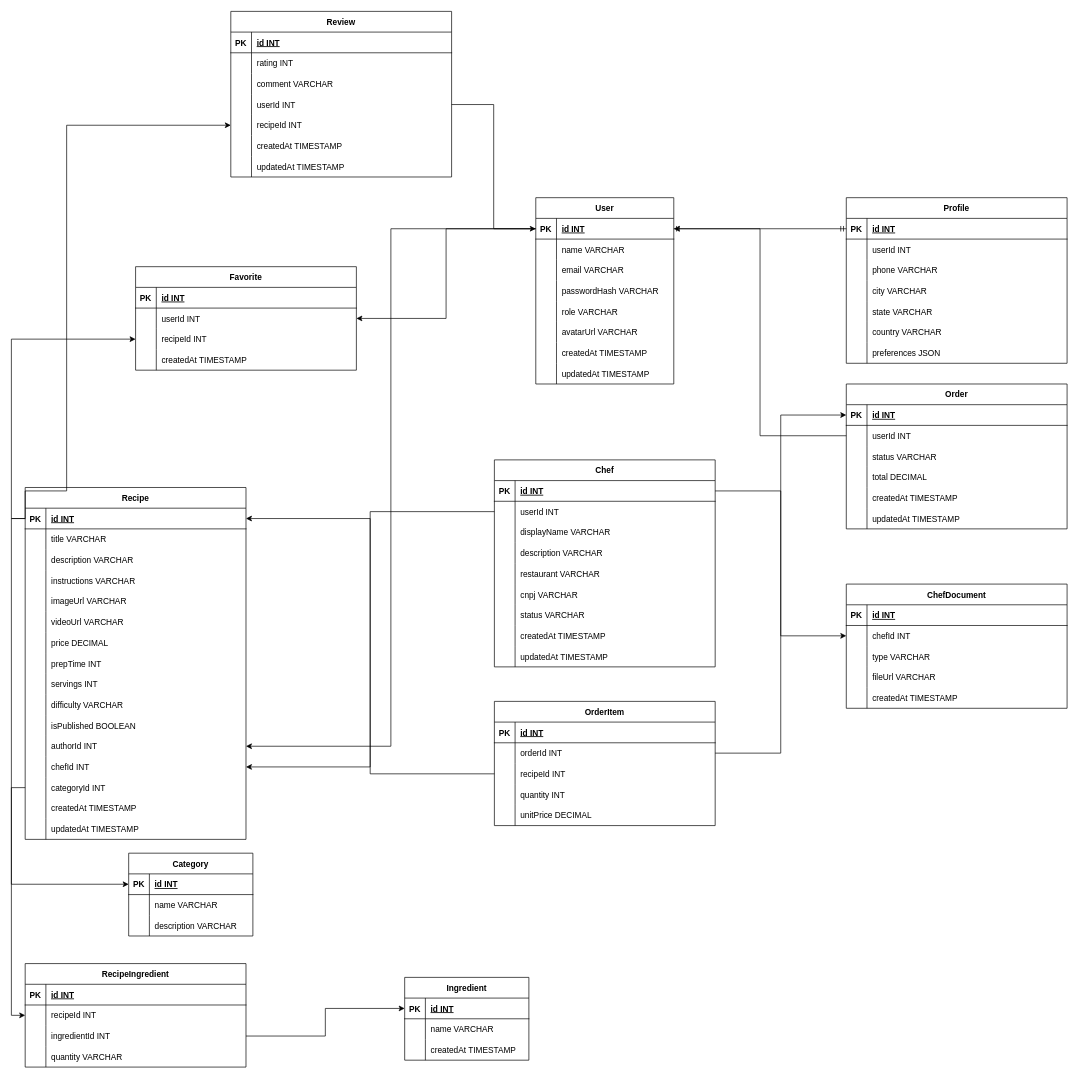
Before: Documentacao/Diagrama_Entidade-Relacionamento.drawio in VyttorRamos/GastroMatch, a draw.io diagram. Source tidied: cells renumbered, new cells numbered last; positions are measured from the earlier drawing's top-left corner, leaving out a move shared by most shapes. Both pictures are drawn from the tidied source at 69%, with x=0, y=0 at pixel (25, 11).
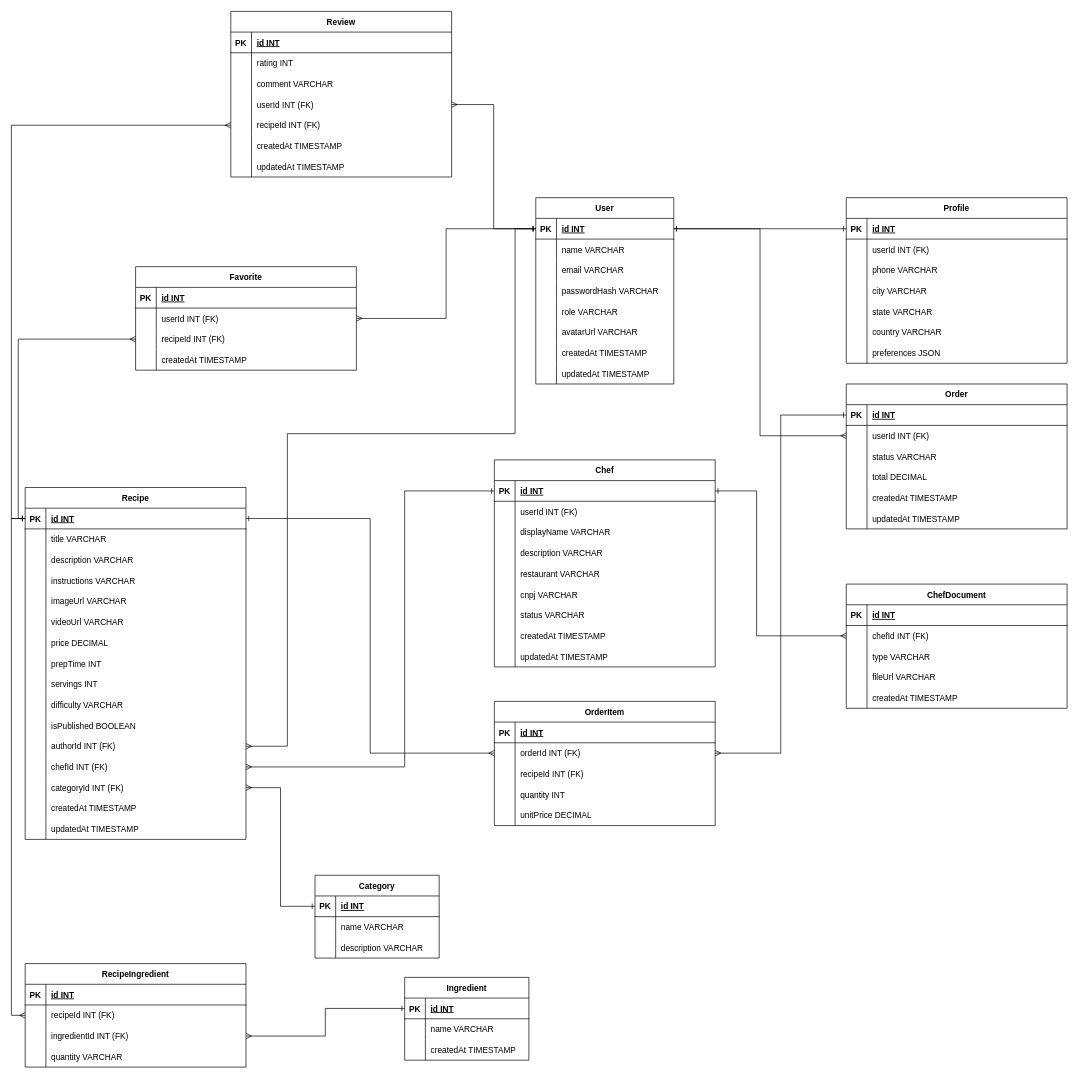
The same diagram, later.

Commit message:
Ajustes dos relacionamentos no diagrama

The change refers to these unchanged cells:
```xml
<mxCell id="3" style="shape=tableRow;horizontal=0;startSize=0;swimlaneHead=0;swimlaneBody=0;fillColor=none;points=[[0,0.5],[1,0.5]];portConstraint=eastwest;strokeColor=inherit;top=0;left=0;right=0;bottom=1;" parent="2" vertex="1">
  <mxGeometry y="30" width="200" height="30" as="geometry" />
</mxCell>
<mxCell id="28" style="shape=tableRow;horizontal=0;startSize=0;swimlaneHead=0;swimlaneBody=0;fillColor=none;points=[[0,0.5],[1,0.5]];portConstraint=eastwest;strokeColor=inherit;top=0;left=0;right=0;bottom=1;" parent="27" vertex="1">
  <mxGeometry y="30" width="320" height="30" as="geometry" />
</mxCell>
<mxCell id="31" style="shape=tableRow;horizontal=0;startSize=0;swimlaneHead=0;swimlaneBody=0;fillColor=none;strokeColor=inherit;top=0;left=0;right=0;bottom=0;" parent="27" vertex="1">
  <mxGeometry y="60" width="320" height="30" as="geometry" />
</mxCell>
<mxCell id="50" style="shape=tableRow;horizontal=0;startSize=0;swimlaneHead=0;swimlaneBody=0;fillColor=none;points=[[0,0.5],[1,0.5]];portConstraint=eastwest;strokeColor=inherit;top=0;left=0;right=0;bottom=1;" parent="49" vertex="1">
  <mxGeometry y="30" width="320" height="30" as="geometry" />
</mxCell>
<mxCell id="53" style="shape=tableRow;horizontal=0;startSize=0;swimlaneHead=0;swimlaneBody=0;fillColor=none;points=[[0,0.5],[1,0.5]];portConstraint=eastwest;strokeColor=inherit;top=0;left=0;right=0;bottom=0;" parent="49" vertex="1">
  <mxGeometry y="60" width="320" height="30" as="geometry" />
</mxCell>
<mxCell id="81" style="shape=tableRow;horizontal=0;startSize=0;swimlaneHead=0;swimlaneBody=0;fillColor=none;points=[[0,0.5],[1,0.5]];portConstraint=eastwest;strokeColor=inherit;top=0;left=0;right=0;bottom=0;" parent="77" vertex="1">
  <mxGeometry y="60" width="320" height="30" as="geometry" />
</mxCell>
<mxCell id="94" style="shape=tableRow;horizontal=0;startSize=0;swimlaneHead=0;swimlaneBody=0;fillColor=none;points=[[0,0.5],[1,0.5]];portConstraint=eastwest;strokeColor=inherit;top=0;left=0;right=0;bottom=1;" parent="93" vertex="1">
  <mxGeometry y="30" width="180" height="30" as="geometry" />
</mxCell>
<mxCell id="104" style="shape=tableRow;horizontal=0;startSize=0;swimlaneHead=0;swimlaneBody=0;fillColor=none;points=[[0,0.5],[1,0.5]];portConstraint=eastwest;strokeColor=inherit;top=0;left=0;right=0;bottom=1;" parent="103" vertex="1">
  <mxGeometry y="30" width="320" height="30" as="geometry" />
</mxCell>
<mxCell id="137" style="shape=tableRow;horizontal=0;startSize=0;swimlaneHead=0;swimlaneBody=0;fillColor=none;points=[[0,0.5],[1,0.5]];portConstraint=eastwest;strokeColor=inherit;top=0;left=0;right=0;bottom=0;" parent="103" vertex="1">
  <mxGeometry y="360" width="320" height="30" as="geometry" />
</mxCell>
<mxCell id="140" style="shape=tableRow;horizontal=0;startSize=0;swimlaneHead=0;swimlaneBody=0;fillColor=none;points=[[0,0.5],[1,0.5]];portConstraint=eastwest;strokeColor=inherit;top=0;left=0;right=0;bottom=0;" parent="103" vertex="1">
  <mxGeometry y="390" width="320" height="30" as="geometry" />
</mxCell>
<mxCell id="143" style="shape=tableRow;horizontal=0;startSize=0;swimlaneHead=0;swimlaneBody=0;fillColor=none;points=[[0,0.5],[1,0.5]];portConstraint=eastwest;strokeColor=inherit;top=0;left=0;right=0;bottom=0;" parent="103" vertex="1">
  <mxGeometry y="420" width="320" height="30" as="geometry" />
</mxCell>
<mxCell id="153" style="shape=tableRow;horizontal=0;startSize=0;swimlaneHead=0;swimlaneBody=0;fillColor=none;points=[[0,0.5],[1,0.5]];portConstraint=eastwest;strokeColor=inherit;top=0;left=0;right=0;bottom=1;" parent="152" vertex="1">
  <mxGeometry y="30" width="180" height="30" as="geometry" />
</mxCell>
<mxCell id="166" style="shape=tableRow;horizontal=0;startSize=0;swimlaneHead=0;swimlaneBody=0;fillColor=none;points=[[0,0.5],[1,0.5]];portConstraint=eastwest;strokeColor=inherit;top=0;left=0;right=0;bottom=0;" parent="162" vertex="1">
  <mxGeometry y="60" width="320" height="30" as="geometry" />
</mxCell>
<mxCell id="169" style="shape=tableRow;horizontal=0;startSize=0;swimlaneHead=0;swimlaneBody=0;fillColor=none;points=[[0,0.5],[1,0.5]];portConstraint=eastwest;strokeColor=inherit;top=0;left=0;right=0;bottom=0;" parent="162" vertex="1">
  <mxGeometry y="90" width="320" height="30" as="geometry" />
</mxCell>
<mxCell id="185" style="shape=tableRow;horizontal=0;startSize=0;swimlaneHead=0;swimlaneBody=0;fillColor=none;points=[[0,0.5],[1,0.5]];portConstraint=eastwest;strokeColor=inherit;top=0;left=0;right=0;bottom=0;" parent="175" vertex="1">
  <mxGeometry y="120" width="320" height="30" as="geometry" />
</mxCell>
<mxCell id="188" style="shape=tableRow;horizontal=0;startSize=0;swimlaneHead=0;swimlaneBody=0;fillColor=none;points=[[0,0.5],[1,0.5]];portConstraint=eastwest;strokeColor=inherit;top=0;left=0;right=0;bottom=0;" parent="175" vertex="1">
  <mxGeometry y="150" width="320" height="30" as="geometry" />
</mxCell>
<mxCell id="197" value="Favorite" style="shape=table;startSize=30;childLayout=tableLayout;rowLines=0;fontStyle=1;align=center;" parent="1" vertex="1">
  <mxGeometry x="160" y="370" width="320" height="150" as="geometry" />
</mxCell>
<mxCell id="201" style="shape=tableRow;horizontal=0;startSize=0;swimlaneHead=0;swimlaneBody=0;fillColor=none;points=[[0,0.5],[1,0.5]];portConstraint=eastwest;strokeColor=inherit;top=0;left=0;right=0;bottom=0;" parent="197" vertex="1">
  <mxGeometry y="60" width="320" height="30" as="geometry" />
</mxCell>
<mxCell id="204" style="shape=tableRow;horizontal=0;startSize=0;swimlaneHead=0;swimlaneBody=0;fillColor=none;points=[[0,0.5],[1,0.5]];portConstraint=eastwest;strokeColor=inherit;top=0;left=0;right=0;bottom=0;" parent="197" vertex="1">
  <mxGeometry y="90" width="320" height="30" as="geometry" />
</mxCell>
<mxCell id="211" style="shape=tableRow;horizontal=0;startSize=0;swimlaneHead=0;swimlaneBody=0;fillColor=none;points=[[0,0.5],[1,0.5]];portConstraint=eastwest;strokeColor=inherit;top=0;left=0;right=0;bottom=1;" parent="210" vertex="1">
  <mxGeometry y="30" width="320" height="30" as="geometry" />
</mxCell>
<mxCell id="214" style="shape=tableRow;horizontal=0;startSize=0;swimlaneHead=0;swimlaneBody=0;fillColor=none;points=[[0,0.5],[1,0.5]];portConstraint=eastwest;strokeColor=inherit;top=0;left=0;right=0;bottom=0;" parent="210" vertex="1">
  <mxGeometry y="60" width="320" height="30" as="geometry" />
</mxCell>
<mxCell id="233" style="shape=tableRow;horizontal=0;startSize=0;swimlaneHead=0;swimlaneBody=0;fillColor=none;points=[[0,0.5],[1,0.5]];portConstraint=eastwest;strokeColor=inherit;top=0;left=0;right=0;bottom=0;" parent="229" vertex="1">
  <mxGeometry y="60" width="320" height="30" as="geometry" />
</mxCell>
<mxCell id="236" style="shape=tableRow;horizontal=0;startSize=0;swimlaneHead=0;swimlaneBody=0;fillColor=none;points=[[0,0.5],[1,0.5]];portConstraint=eastwest;strokeColor=inherit;top=0;left=0;right=0;bottom=0;" parent="229" vertex="1">
  <mxGeometry y="90" width="320" height="30" as="geometry" />
</mxCell>
```

The edit, as a diff of the source:
```diff
@@
-    <mxCell id="33" value="userId INT" style="shape=partialRectangle;overflow=hidden;fillColor=none;align=left;strokeColor=inherit;top=0;left=0;bottom=0;right=0;spacingLeft=6;" parent="31" vertex="1">
+    <mxCell id="33" value="userId INT (FK)" style="shape=partialRectangle;overflow=hidden;fillColor=none;align=left;strokeColor=inherit;top=0;left=0;bottom=0;right=0;spacingLeft=6;" parent="31" vertex="1">
       <mxGeometry x="30" width="290" height="30" as="geometry" />
     </mxCell>
@@
-    <mxCell id="55" value="userId INT" style="shape=partialRectangle;overflow=hidden;fillColor=none;align=left;strokeColor=inherit;top=0;left=0;bottom=0;right=0;spacingLeft=6;" parent="53" vertex="1">
+    <mxCell id="55" value="userId INT (FK)" style="shape=partialRectangle;overflow=hidden;fillColor=none;align=left;strokeColor=inherit;top=0;left=0;bottom=0;right=0;spacingLeft=6;" parent="53" vertex="1">
       <mxGeometry x="30" width="290" height="30" as="geometry" />
     </mxCell>
@@
-    <mxCell id="83" value="chefId INT" style="shape=partialRectangle;overflow=hidden;fillColor=none;align=left;strokeColor=inherit;top=0;left=0;bottom=0;right=0;spacingLeft=6;" parent="81" vertex="1">
+    <mxCell id="83" value="chefId INT (FK)" style="shape=partialRectangle;overflow=hidden;fillColor=none;align=left;strokeColor=inherit;top=0;left=0;bottom=0;right=0;spacingLeft=6;" parent="81" vertex="1">
       <mxGeometry x="30" width="290" height="30" as="geometry" />
     </mxCell>
@@
     <mxCell id="93" value="Category" style="shape=table;startSize=30;childLayout=tableLayout;rowLines=0;fontStyle=1;align=center;" parent="1" vertex="1">
-      <mxGeometry x="150" y="1220" width="180" height="120" as="geometry" />
+      <mxGeometry x="420" y="1252" width="180" height="120" as="geometry" />
     </mxCell>
@@
-    <mxCell id="139" value="authorId INT" style="shape=partialRectangle;overflow=hidden;fillColor=none;align=left;strokeColor=inherit;top=0;left=0;bottom=0;right=0;spacingLeft=6;" parent="137" vertex="1">
+    <mxCell id="139" value="authorId INT (FK)" style="shape=partialRectangle;overflow=hidden;fillColor=none;align=left;strokeColor=inherit;top=0;left=0;bottom=0;right=0;spacingLeft=6;" parent="137" vertex="1">
       <mxGeometry x="30" width="290" height="30" as="geometry" />
     </mxCell>
@@
-    <mxCell id="142" value="chefId INT" style="shape=partialRectangle;overflow=hidden;fillColor=none;align=left;strokeColor=inherit;top=0;left=0;bottom=0;right=0;spacingLeft=6;" parent="140" vertex="1">
+    <mxCell id="142" value="chefId INT (FK)" style="shape=partialRectangle;overflow=hidden;fillColor=none;align=left;strokeColor=inherit;top=0;left=0;bottom=0;right=0;spacingLeft=6;" parent="140" vertex="1">
       <mxGeometry x="30" width="290" height="30" as="geometry" />
     </mxCell>
@@
-    <mxCell id="145" value="categoryId INT" style="shape=partialRectangle;overflow=hidden;fillColor=none;align=left;strokeColor=inherit;top=0;left=0;bottom=0;right=0;spacingLeft=6;" parent="143" vertex="1">
+    <mxCell id="145" value="categoryId INT (FK)" style="shape=partialRectangle;overflow=hidden;fillColor=none;align=left;strokeColor=inherit;top=0;left=0;bottom=0;right=0;spacingLeft=6;" parent="143" vertex="1">
       <mxGeometry x="30" width="290" height="30" as="geometry" />
     </mxCell>
@@
-    <mxCell id="168" value="recipeId INT" style="shape=partialRectangle;overflow=hidden;fillColor=none;align=left;strokeColor=inherit;top=0;left=0;bottom=0;right=0;spacingLeft=6;" parent="166" vertex="1">
+    <mxCell id="168" value="recipeId INT (FK)" style="shape=partialRectangle;overflow=hidden;fillColor=none;align=left;strokeColor=inherit;top=0;left=0;bottom=0;right=0;spacingLeft=6;" parent="166" vertex="1">
       <mxGeometry x="30" width="290" height="30" as="geometry" />
     </mxCell>
@@
-    <mxCell id="171" value="ingredientId INT" style="shape=partialRectangle;overflow=hidden;fillColor=none;align=left;strokeColor=inherit;top=0;left=0;bottom=0;right=0;spacingLeft=6;" parent="169" vertex="1">
+    <mxCell id="171" value="ingredientId INT (FK)" style="shape=partialRectangle;overflow=hidden;fillColor=none;align=left;strokeColor=inherit;top=0;left=0;bottom=0;right=0;spacingLeft=6;" parent="169" vertex="1">
       <mxGeometry x="30" width="290" height="30" as="geometry" />
     </mxCell>
@@
-    <mxCell id="187" value="userId INT" style="shape=partialRectangle;overflow=hidden;fillColor=none;align=left;strokeColor=inherit;top=0;left=0;bottom=0;right=0;spacingLeft=6;" parent="185" vertex="1">
+    <mxCell id="187" value="userId INT (FK)" style="shape=partialRectangle;overflow=hidden;fillColor=none;align=left;strokeColor=inherit;top=0;left=0;bottom=0;right=0;spacingLeft=6;" parent="185" vertex="1">
       <mxGeometry x="30" width="290" height="30" as="geometry" />
     </mxCell>
@@
-    <mxCell id="190" value="recipeId INT" style="shape=partialRectangle;overflow=hidden;fillColor=none;align=left;strokeColor=inherit;top=0;left=0;bottom=0;right=0;spacingLeft=6;" parent="188" vertex="1">
+    <mxCell id="190" value="recipeId INT (FK)" style="shape=partialRectangle;overflow=hidden;fillColor=none;align=left;strokeColor=inherit;top=0;left=0;bottom=0;right=0;spacingLeft=6;" parent="188" vertex="1">
       <mxGeometry x="30" width="290" height="30" as="geometry" />
     </mxCell>
@@
-    <mxCell id="203" value="userId INT" style="shape=partialRectangle;overflow=hidden;fillColor=none;align=left;strokeColor=inherit;top=0;left=0;bottom=0;right=0;spacingLeft=6;" parent="201" vertex="1">
+    <mxCell id="203" value="userId INT (FK)" style="shape=partialRectangle;overflow=hidden;fillColor=none;align=left;strokeColor=inherit;top=0;left=0;bottom=0;right=0;spacingLeft=6;" parent="201" vertex="1">
       <mxGeometry x="30" width="290" height="30" as="geometry" />
     </mxCell>
@@
-    <mxCell id="206" value="recipeId INT" style="shape=partialRectangle;overflow=hidden;fillColor=none;align=left;strokeColor=inherit;top=0;left=0;bottom=0;right=0;spacingLeft=6;" parent="204" vertex="1">
+    <mxCell id="206" value="recipeId INT (FK)" style="shape=partialRectangle;overflow=hidden;fillColor=none;align=left;strokeColor=inherit;top=0;left=0;bottom=0;right=0;spacingLeft=6;" parent="204" vertex="1">
       <mxGeometry x="30" width="290" height="30" as="geometry" />
     </mxCell>
@@
+    <mxCell id="259" style="edgeStyle=orthogonalEdgeStyle;rounded=0;orthogonalLoop=1;jettySize=auto;html=1;innerLoopWaypoints=1;exitX=1;exitY=0.5;exitDx=0;exitDy=0;" parent="197" edge="1" source="201" target="201">
+      <mxGeometry relative="1" as="geometry" />
+    </mxCell>
@@
-    <mxCell id="216" value="userId INT" style="shape=partialRectangle;overflow=hidden;fillColor=none;align=left;strokeColor=inherit;top=0;left=0;bottom=0;right=0;spacingLeft=6;" parent="214" vertex="1">
+    <mxCell id="216" value="userId INT (FK)" style="shape=partialRectangle;overflow=hidden;fillColor=none;align=left;strokeColor=inherit;top=0;left=0;bottom=0;right=0;spacingLeft=6;" parent="214" vertex="1">
       <mxGeometry x="30" width="290" height="30" as="geometry" />
     </mxCell>
@@
-    <mxCell id="235" value="orderId INT" style="shape=partialRectangle;overflow=hidden;fillColor=none;align=left;strokeColor=inherit;top=0;left=0;bottom=0;right=0;spacingLeft=6;" parent="233" vertex="1">
+    <mxCell id="235" value="orderId INT (FK)" style="shape=partialRectangle;overflow=hidden;fillColor=none;align=left;strokeColor=inherit;top=0;left=0;bottom=0;right=0;spacingLeft=6;" parent="233" vertex="1">
       <mxGeometry x="30" width="290" height="30" as="geometry" />
     </mxCell>
@@
-    <mxCell id="238" value="recipeId INT" style="shape=partialRectangle;overflow=hidden;fillColor=none;align=left;strokeColor=inherit;top=0;left=0;bottom=0;right=0;spacingLeft=6;" parent="236" vertex="1">
+    <mxCell id="238" value="recipeId INT (FK)" style="shape=partialRectangle;overflow=hidden;fillColor=none;align=left;strokeColor=inherit;top=0;left=0;bottom=0;right=0;spacingLeft=6;" parent="236" vertex="1">
       <mxGeometry x="30" width="290" height="30" as="geometry" />
     </mxCell>
@@
-    <mxCell id="245" style="edgeStyle=orthogonalEdgeStyle;rounded=0;jettySize=auto;html=1;startArrow=ERmandOne;startFill=0;endArrow=ERmandOne;endFill=0;entryX=0;entryY=0.5;entryDx=0;entryDy=0;" parent="1" edge="1" source="3" target="28">
+    <mxCell id="245" style="edgeStyle=orthogonalEdgeStyle;rounded=0;jettySize=auto;html=1;startArrow=ERone;startFill=0;endArrow=ERone;endFill=0;" parent="1" edge="1" source="3" target="28">
       <mxGeometry relative="1" as="geometry" />
     </mxCell>
-    <mxCell id="246" style="edgeStyle=orthogonalEdgeStyle;rounded=0;jettySize=auto;html=1;exitX=0;exitY=0.5;exitDx=0;exitDy=0;entryX=1;entryY=0.5;entryDx=0;entryDy=0;" parent="1" edge="1" source="3" target="201">
-      <mxGeometry relative="1" as="geometry" />
-    </mxCell>
-    <mxCell id="247" style="edgeStyle=orthogonalEdgeStyle;rounded=0;jettySize=auto;html=1;exitX=1;exitY=0.5;exitDx=0;exitDy=0;entryX=0;entryY=0.5;entryDx=0;entryDy=0;" parent="1" edge="1" source="50" target="81">
-      <mxGeometry relative="1" as="geometry" />
+    <mxCell id="247" style="edgeStyle=orthogonalEdgeStyle;rounded=0;jettySize=auto;html=1;startArrow=ERone;startFill=0;endArrow=ERmany;endFill=0;" parent="1" edge="1" source="50" target="81">
+      <mxGeometry relative="1" as="geometry">
+        <Array as="points">
+          <mxPoint x="1060" y="695" />
+          <mxPoint x="1060" y="905" />
+        </Array>
+      </mxGeometry>
     </mxCell>
-    <mxCell id="248" style="edgeStyle=orthogonalEdgeStyle;rounded=0;jettySize=auto;html=1;exitX=0;exitY=0.5;exitDx=0;exitDy=0;" parent="1" edge="1" source="214" target="3">
-      <mxGeometry relative="1" as="geometry" />
-    </mxCell>
-    <mxCell id="249" style="edgeStyle=orthogonalEdgeStyle;rounded=0;jettySize=auto;html=1;exitX=0;exitY=0.5;exitDx=0;exitDy=0;" parent="1" edge="1" source="53" target="140">
-      <mxGeometry relative="1" as="geometry" />
-    </mxCell>
-    <mxCell id="250" style="edgeStyle=orthogonalEdgeStyle;rounded=0;jettySize=auto;html=1;exitX=0;exitY=0.5;exitDx=0;exitDy=0;" parent="1" edge="1" source="3" target="137">
-      <mxGeometry relative="1" as="geometry" />
+    <mxCell id="250" style="edgeStyle=orthogonalEdgeStyle;rounded=0;jettySize=auto;html=1;startArrow=ERone;startFill=0;endArrow=ERmany;endFill=0;" parent="1" edge="1" source="3" target="137">
+      <mxGeometry relative="1" as="geometry">
+        <Array as="points">
+          <mxPoint x="710" y="315" />
+          <mxPoint x="710" y="612" />
+          <mxPoint x="380" y="612" />
+          <mxPoint x="380" y="1065" />
+        </Array>
+      </mxGeometry>
     </mxCell>
-    <mxCell id="251" style="edgeStyle=orthogonalEdgeStyle;rounded=0;jettySize=auto;html=1;exitX=1;exitY=0.5;exitDx=0;exitDy=0;" parent="1" edge="1" source="185" target="3">
-      <mxGeometry relative="1" as="geometry" />
-    </mxCell>
-    <mxCell id="252" style="edgeStyle=orthogonalEdgeStyle;rounded=0;jettySize=auto;html=1;exitX=0;exitY=0.5;exitDx=0;exitDy=0;entryX=0;entryY=0.5;entryDx=0;entryDy=0;" parent="1" edge="1" source="143" target="94">
-      <mxGeometry relative="1" as="geometry" />
-    </mxCell>
+    <mxCell id="260" style="edgeStyle=orthogonalEdgeStyle;rounded=0;jettySize=auto;html=1;startArrow=ERone;startFill=0;endArrow=ERmany;endFill=0;" parent="1" edge="1" source="50" target="140">
+      <mxGeometry relative="1" as="geometry">
+        <Array as="points">
+          <mxPoint x="550" y="695" />
+          <mxPoint x="550" y="1095" />
+        </Array>
+      </mxGeometry>
+    </mxCell>
+    <mxCell id="261" style="edgeStyle=orthogonalEdgeStyle;rounded=0;jettySize=auto;html=1;startArrow=ERone;startFill=0;endArrow=ERmany;endFill=0;" parent="1" edge="1" source="94" target="143">
+      <mxGeometry relative="1" as="geometry" />
+    </mxCell>
+    <mxCell id="256" style="edgeStyle=orthogonalEdgeStyle;rounded=0;jettySize=auto;html=1;entryX=0;entryY=0.5;entryDx=0;entryDy=0;startArrow=ERone;startFill=0;endArrow=ERmany;endFill=0;" parent="1" edge="1" source="104" target="166">
+      <mxGeometry relative="1" as="geometry" />
+    </mxCell>
+    <mxCell id="262" style="edgeStyle=orthogonalEdgeStyle;rounded=0;jettySize=auto;html=1;startArrow=ERone;startFill=0;endArrow=ERmany;endFill=0;" parent="1" edge="1" source="153" target="169">
+      <mxGeometry relative="1" as="geometry" />
+    </mxCell>
+    <mxCell id="263" style="edgeStyle=orthogonalEdgeStyle;rounded=0;jettySize=auto;html=1;startArrow=ERone;startFill=0;endArrow=ERmany;endFill=0;" parent="1" edge="1" source="3" target="185">
+      <mxGeometry relative="1" as="geometry" />
+    </mxCell>
-    <mxCell id="253" style="edgeStyle=orthogonalEdgeStyle;rounded=0;jettySize=auto;html=1;exitX=0;exitY=0.5;exitDx=0;exitDy=0;" parent="1" edge="1" source="104" target="188">
-      <mxGeometry relative="1" as="geometry">
-        <Array as="points">
-          <mxPoint x="60.1" y="695" />
-          <mxPoint x="60.1" y="165" />
-        </Array>
-      </mxGeometry>
+    <mxCell id="253" style="edgeStyle=orthogonalEdgeStyle;rounded=0;jettySize=auto;html=1;exitX=0;exitY=0.5;exitDx=0;exitDy=0;startArrow=ERone;startFill=0;endArrow=ERmany;endFill=0;" parent="1" edge="1" source="104" target="188">
+      <mxGeometry relative="1" as="geometry" />
     </mxCell>
+    <mxCell id="264" style="edgeStyle=orthogonalEdgeStyle;rounded=0;jettySize=auto;html=1;entryX=1;entryY=0.5;entryDx=0;entryDy=0;startArrow=ERone;startFill=0;endArrow=ERmany;endFill=0;" parent="1" edge="1" source="3" target="197">
+      <mxGeometry relative="1" as="geometry" />
+    </mxCell>
-    <mxCell id="254" style="edgeStyle=orthogonalEdgeStyle;rounded=0;jettySize=auto;html=1;exitX=0;exitY=0.5;exitDx=0;exitDy=0;entryX=0;entryY=0.5;entryDx=0;entryDy=0;" parent="1" edge="1" source="104" target="204">
-      <mxGeometry relative="1" as="geometry" />
+    <mxCell id="254" style="edgeStyle=orthogonalEdgeStyle;rounded=0;jettySize=auto;html=1;exitX=0;exitY=0.5;exitDx=0;exitDy=0;startArrow=ERone;startFill=0;endArrow=ERmany;endFill=0;" parent="1" edge="1" source="104" target="204">
+      <mxGeometry relative="1" as="geometry">
+        <Array as="points">
+          <mxPoint x="-10" y="735" />
+          <mxPoint x="-10" y="475" />
+        </Array>
+      </mxGeometry>
     </mxCell>
-    <mxCell id="255" style="edgeStyle=orthogonalEdgeStyle;rounded=0;jettySize=auto;html=1;exitX=0;exitY=0.5;exitDx=0;exitDy=0;" parent="1" edge="1" source="236" target="104">
-      <mxGeometry relative="1" as="geometry" />
-    </mxCell>
-    <mxCell id="256" style="edgeStyle=orthogonalEdgeStyle;rounded=0;jettySize=auto;html=1;exitX=0;exitY=0.5;exitDx=0;exitDy=0;entryX=0;entryY=0.5;entryDx=0;entryDy=0;" parent="1" edge="1" source="104" target="166">
-      <mxGeometry relative="1" as="geometry" />
-    </mxCell>
-    <mxCell id="257" style="edgeStyle=orthogonalEdgeStyle;rounded=0;jettySize=auto;html=1;exitX=1;exitY=0.5;exitDx=0;exitDy=0;entryX=0;entryY=0.5;entryDx=0;entryDy=0;" parent="1" edge="1" source="169" target="153">
-      <mxGeometry relative="1" as="geometry" />
-    </mxCell>
-    <mxCell id="258" style="edgeStyle=orthogonalEdgeStyle;rounded=0;jettySize=auto;html=1;exitX=1;exitY=0.5;exitDx=0;exitDy=0;" parent="1" edge="1" source="233" target="211">
-      <mxGeometry relative="1" as="geometry" />
-    </mxCell>
+    <mxCell id="265" style="edgeStyle=orthogonalEdgeStyle;rounded=0;jettySize=auto;html=1;startArrow=ERone;startFill=0;endArrow=ERmany;endFill=0;" parent="1" edge="1" source="3" target="214">
+      <mxGeometry relative="1" as="geometry" />
+    </mxCell>
+    <mxCell id="266" style="edgeStyle=orthogonalEdgeStyle;rounded=0;jettySize=auto;html=1;startArrow=ERone;startFill=0;endArrow=ERmany;endFill=0;" parent="1" edge="1" source="211" target="233">
+      <mxGeometry relative="1" as="geometry" />
+    </mxCell>
+    <mxCell id="267" style="edgeStyle=orthogonalEdgeStyle;rounded=0;jettySize=auto;html=1;startArrow=ERone;startFill=0;endArrow=ERmany;endFill=0;" parent="1" edge="1" source="104" target="233">
+      <mxGeometry relative="1" as="geometry" />
+    </mxCell>
```
